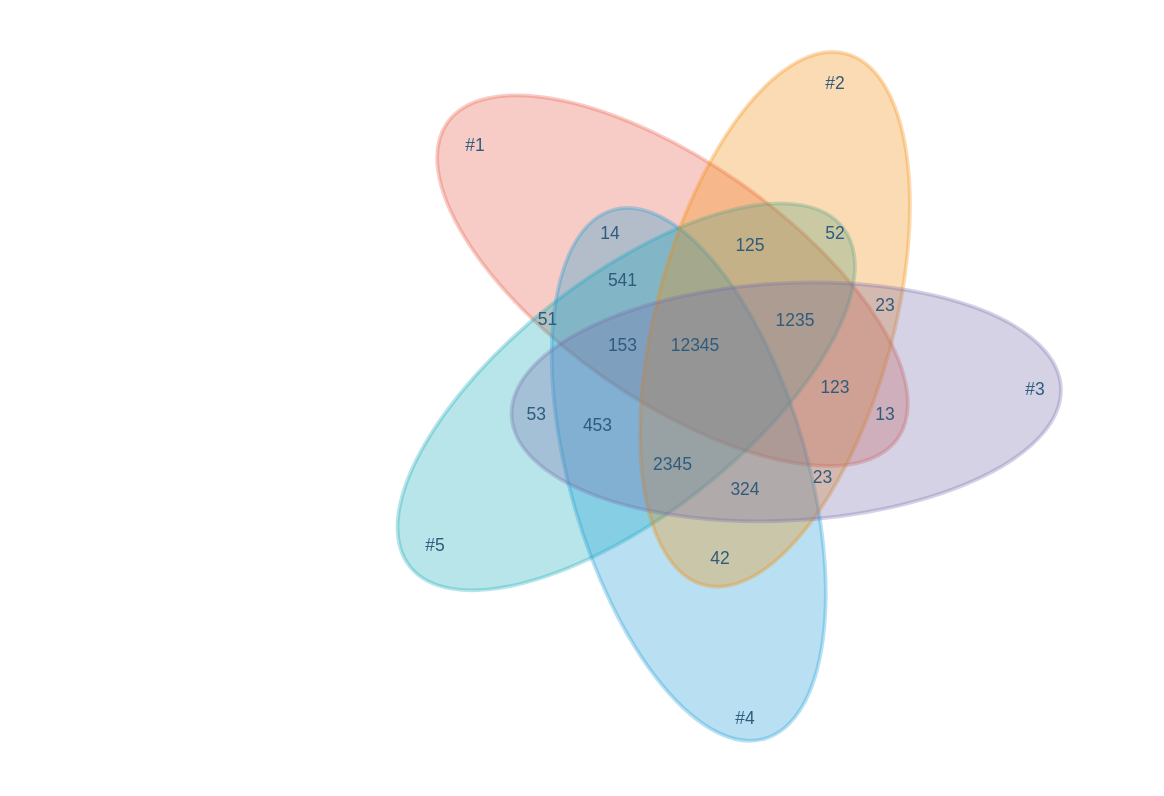
Above: graphs/Untitled Diagram.drawio in leichong2019/MyBooks (draw.io), before the change. Source tidied: cells renumbered, new cells numbered last; positions are measured from the earlier drawing's top-left corner, leaving out a move shared by most shapes. Both pictures are drawn from the tidied source at 125%, with x=0, y=0 at pixel (350, 70).
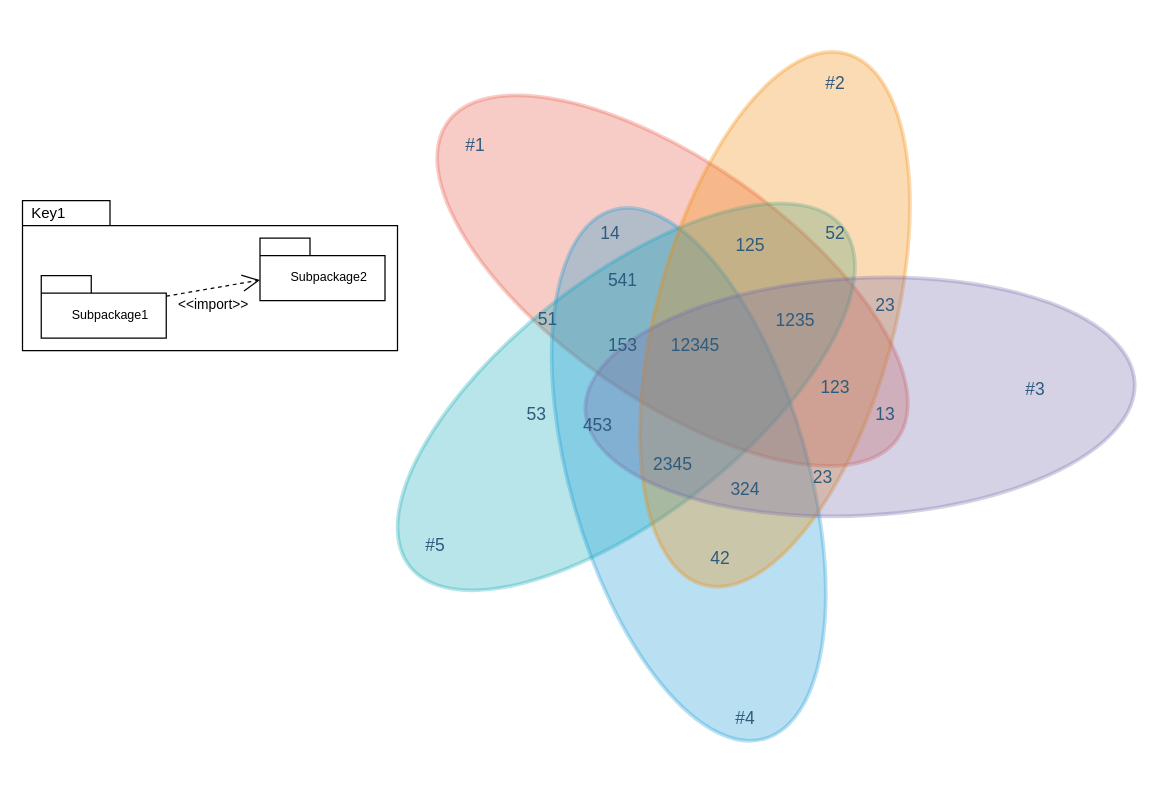
After the change.

Change to the diagram source:
```diff
@@
     <mxCell id="6" style="ellipse;whiteSpace=wrap;html=1;rounded=1;shadow=0;labelBackgroundColor=none;strokeColor=#736ca8;strokeWidth=3;fillColor=#736ca8;fontFamily=Helvetica;fontSize=14;fontColor=#2F5B7C;align=center;opacity=30;rotation=-3;" parent="1" vertex="1">
-      <mxGeometry x="128.5" y="170" width="440" height="190" as="geometry" />
+      <mxGeometry x="187.5" y="166" width="440" height="190" as="geometry" />
     </mxCell>
@@
+    <mxCell id="29" value="Key1" style="shape=folder;xSize=90;align=left;spacingLeft=10;align=left;verticalAlign=top;spacingLeft=5;spacingTop=-4;tabWidth=70;tabHeight=20;tabPosition=left;html=1;strokeWidth=1;" parent="1" vertex="1">
+      <mxGeometry x="-262.5" y="104" width="300" height="120" as="geometry" />
+    </mxCell>
+    <mxCell id="30" value="&#10;Subpackage1" style="strokeColor=inherit;fillColor=inherit;gradientColor=inherit;shape=folder;spacingLeft=10;tabWidth=40;tabHeight=14;tabPosition=left;fontSize=10;html=1;whiteSpace=wrap;" parent="29" vertex="1">
+      <mxGeometry x="15" y="60" width="100" height="50" as="geometry" />
+    </mxCell>
+    <mxCell id="31" value="&#10;Subpackage2" style="strokeColor=inherit;fillColor=inherit;gradientColor=inherit;shape=folder;spacingLeft=10;tabWidth=40;tabHeight=14;tabPosition=left;fontSize=10;html=1;whiteSpace=wrap;" parent="29" vertex="1">
+      <mxGeometry x="190" y="30" width="100" height="50" as="geometry" />
+    </mxCell>
+    <mxCell id="32" value="&amp;lt;&amp;lt;import&amp;gt;&amp;gt;" style="strokeColor=inherit;fillColor=inherit;gradientColor=inherit;edgeStyle=none;endArrow=open;dashed=1;verticalAlign=top;labelBackgroundColor=none;endSize=12;html=1;" parent="29" edge="1" source="30" target="31">
+      <mxGeometry relative="1" as="geometry" />
+    </mxCell>
```
